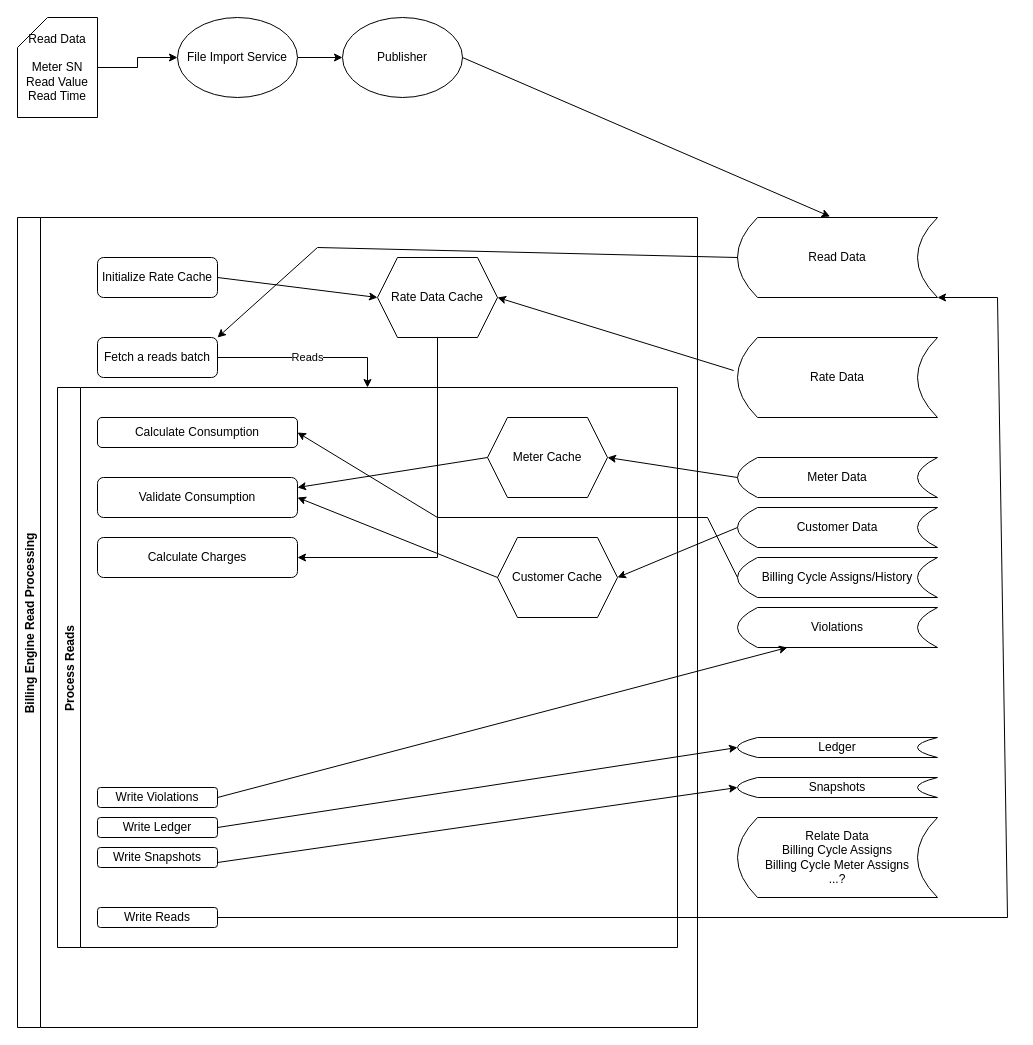
The draw.io diagram ReadProcessingCurrent.drawio in richfz1/BigDataDocs, before the edit. Source tidied: cells renumbered, new cells numbered last; positions are measured from the earlier drawing's top-left corner, leaving out a move shared by most shapes. Both pictures are drawn from the tidied source at 100%, with x=0, y=0 at pixel (17, 17).
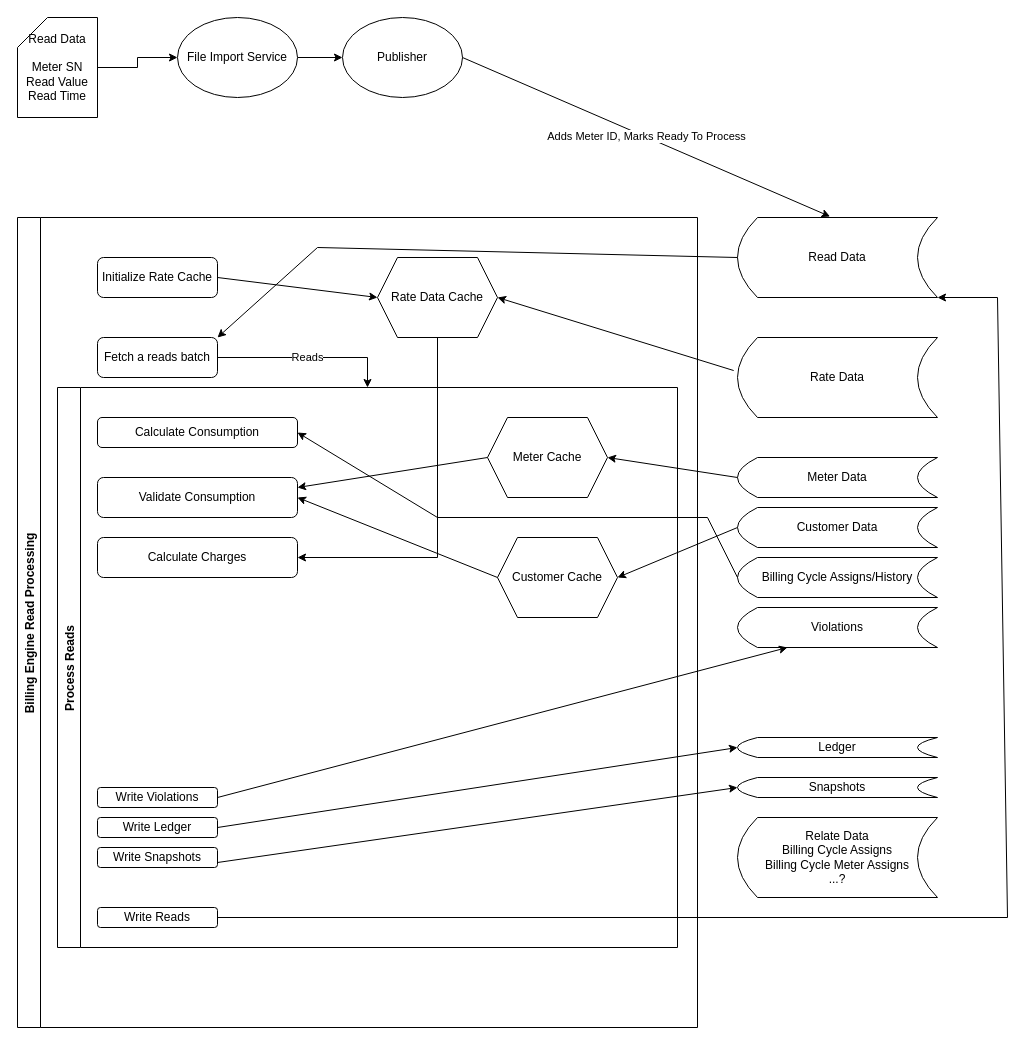
Above is the later version.

Unchanged cells that the change refers to:
```xml
<mxCell id="6" value="Publisher" style="ellipse;whiteSpace=wrap;html=1;" parent="1" vertex="1">
  <mxGeometry x="325" width="120" height="80" as="geometry" />
</mxCell>
<mxCell id="7" value="Read Data" style="shape=dataStorage;whiteSpace=wrap;html=1;fixedSize=1;" parent="1" vertex="1">
  <mxGeometry x="720" y="200" width="200" height="80" as="geometry" />
</mxCell>
```

What changed in the source:
```diff
@@
-    <mxCell id="8" style="endArrow=classic;html=1;rounded=0;exitX=1;exitY=0.5;exitDx=0;exitDy=0;entryX=0.463;entryY=-0.012;entryDx=0;entryDy=0;entryPerimeter=0;" parent="1" edge="1" source="6" target="7">
+    <mxCell id="8" value="Adds Meter ID, Marks Ready To Process" style="endArrow=classic;html=1;rounded=0;exitX=1;exitY=0.5;exitDx=0;exitDy=0;entryX=0.463;entryY=-0.012;entryDx=0;entryDy=0;entryPerimeter=0;" parent="1" edge="1" source="6" target="7">
       <mxGeometry relative="1" as="geometry" />
     </mxCell>
```
